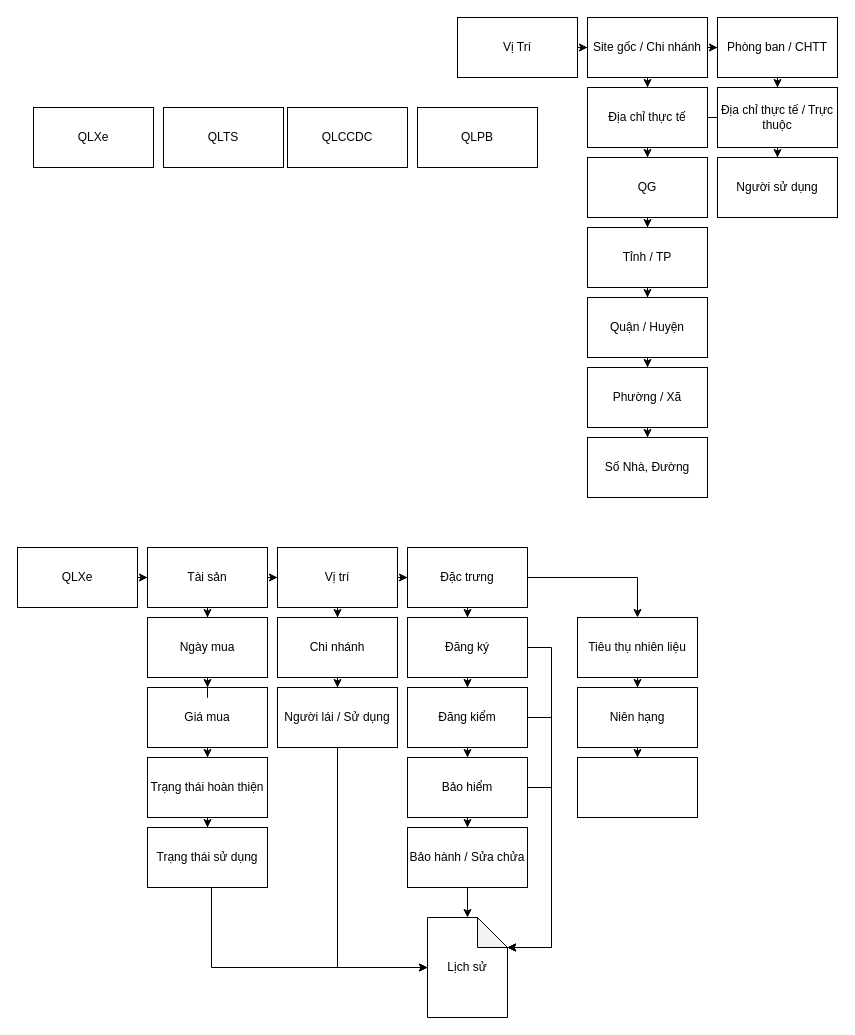
NTcse/draw keeps this draw.io diagram as MAA.drawio. Above is the earlier version. Source tidied: cells renumbered, new cells numbered last; positions are measured from the earlier drawing's top-left corner, leaving out a move shared by most shapes. Both pictures are drawn from the tidied source at 100%, with x=0, y=0 at pixel (17, 17).
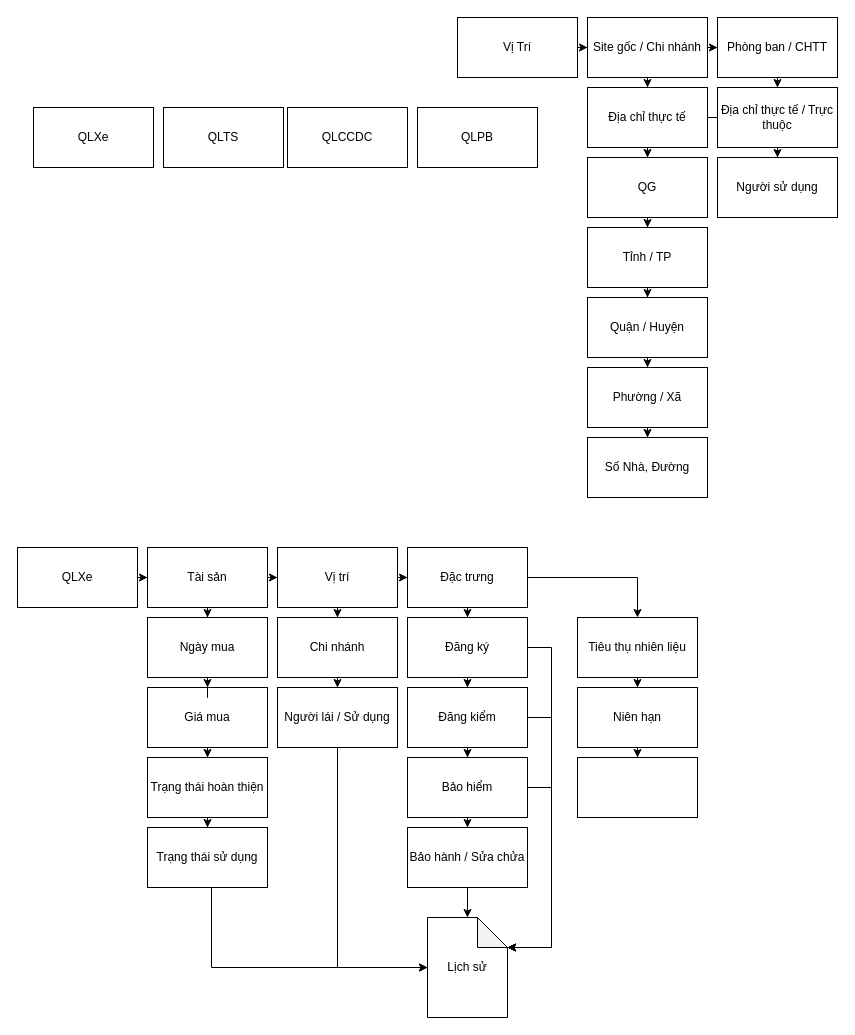
After the change.

Commit message:
Cập nhật MAA.drawio

What changed in the source:
```diff
@@
-    <mxCell id="66" value="Niên hạng" style="whiteSpace=wrap;html=1;rounded=0;" parent="1" vertex="1">
+    <mxCell id="66" value="Niên hạn" style="whiteSpace=wrap;html=1;rounded=0;" parent="1" vertex="1">
       <mxGeometry x="560" y="670" width="120" height="60" as="geometry" />
     </mxCell>
```
